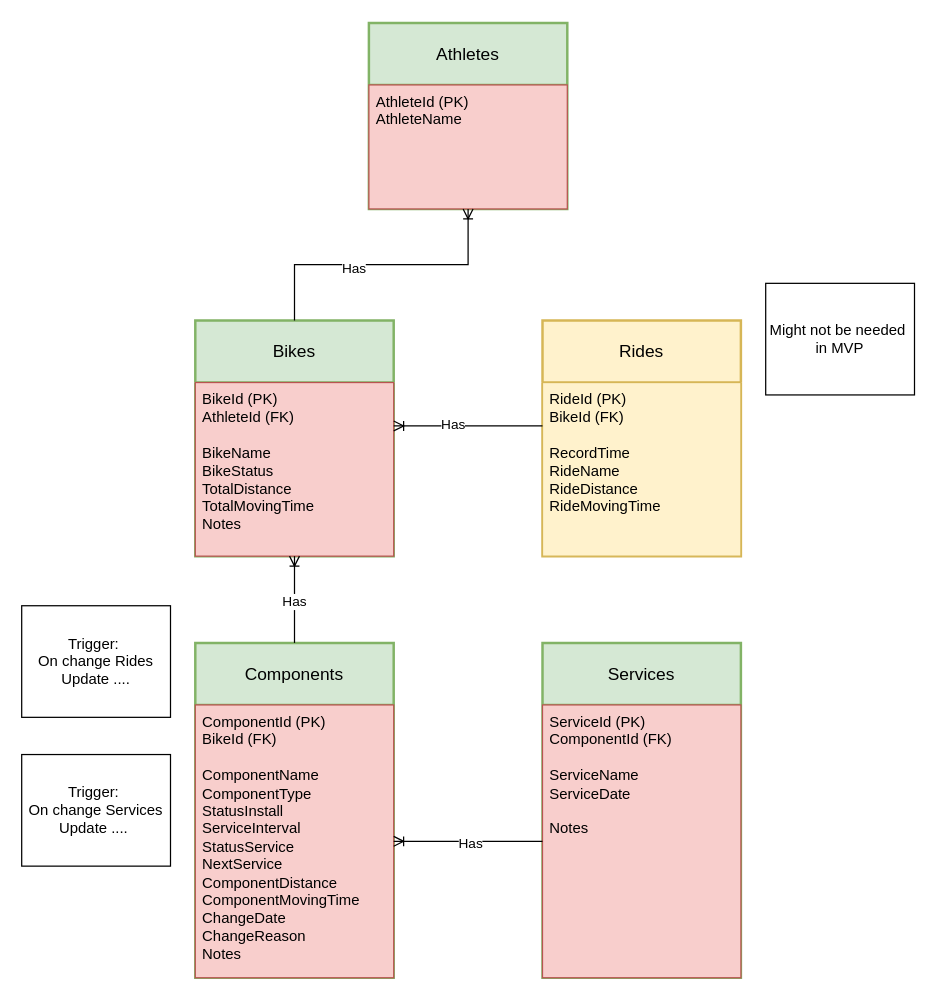
Before: docs/erd_complete.drawio in xivind/velo-supervisor-2000, a draw.io diagram. Source tidied: cells renumbered, new cells numbered last; positions are measured from the earlier drawing's top-left corner, leaving out a move shared by most shapes. Both pictures are drawn from the tidied source at 124%, with x=0, y=0 at pixel (21, 22).
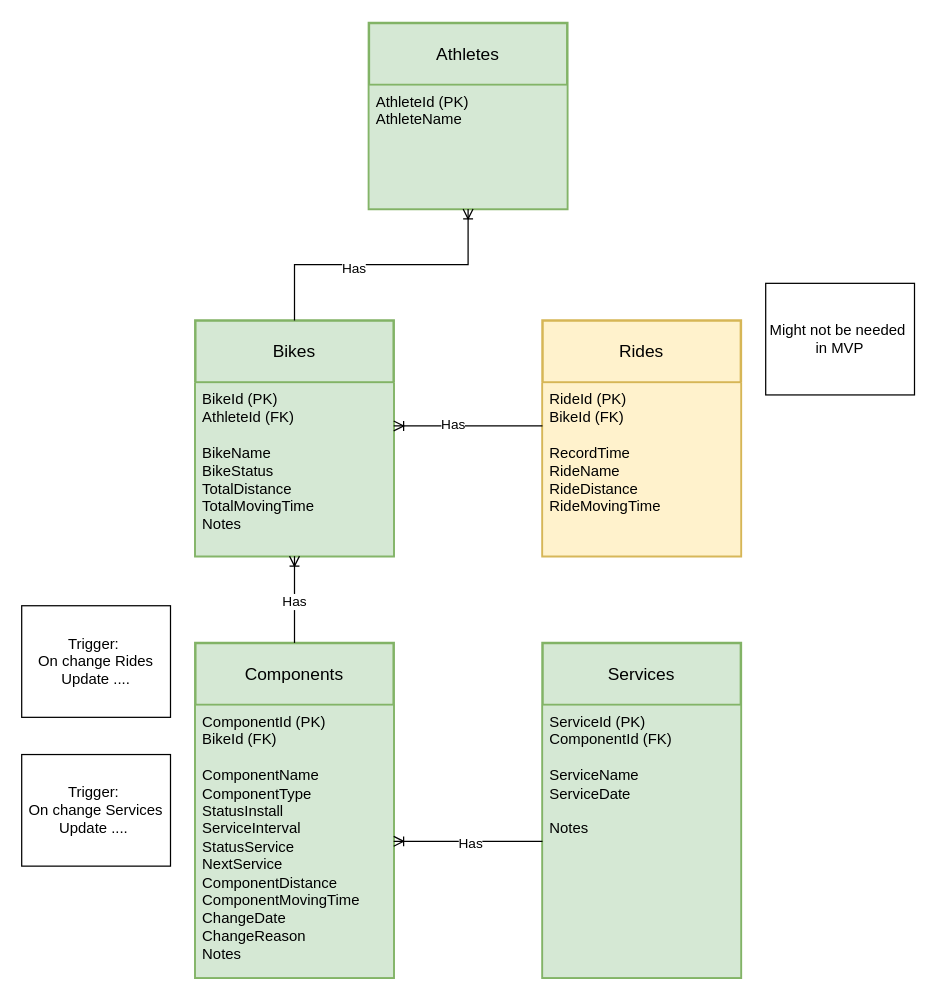
Above is the later version.

Commit message:
Updated after discussions with Thomas

The change refers to these unchanged cells:
```xml
<mxCell id="2" value="A&lt;span style=&quot;background-color: initial;&quot;&gt;thletes&lt;/span&gt;" style="swimlane;horizontal=1;startSize=50;rounded=1;fontSize=14;fontStyle=0;strokeWidth=2;shadow=0;dashed=0;align=center;arcSize=0;whiteSpace=wrap;html=1;fillColor=#d5e8d4;strokeColor=#82b366;" parent="1" vertex="1">
  <mxGeometry x="280" width="160" height="150" as="geometry" />
</mxCell>
<mxCell id="6" value="Bikes" style="swimlane;horizontal=1;startSize=50;rounded=1;fontSize=14;fontStyle=0;strokeWidth=2;shadow=0;dashed=0;align=center;arcSize=0;whiteSpace=wrap;html=1;fillColor=#d5e8d4;strokeColor=#82b366;" parent="1" vertex="1">
  <mxGeometry x="140" y="240" width="160" height="190" as="geometry" />
</mxCell>
<mxCell id="8" value="Components" style="swimlane;horizontal=1;startSize=50;rounded=1;fontSize=14;fontStyle=0;strokeWidth=2;shadow=0;dashed=0;align=center;arcSize=0;whiteSpace=wrap;html=1;fillColor=#d5e8d4;strokeColor=#82b366;" parent="1" vertex="1">
  <mxGeometry x="140" y="500" width="160" height="270" as="geometry" />
</mxCell>
<mxCell id="10" value="Services" style="swimlane;horizontal=1;startSize=50;rounded=1;fontSize=14;fontStyle=0;strokeWidth=2;shadow=0;dashed=0;align=center;arcSize=0;whiteSpace=wrap;html=1;fillColor=#d5e8d4;strokeColor=#82b366;" parent="1" vertex="1">
  <mxGeometry x="420" y="500" width="160" height="270" as="geometry" />
</mxCell>
```

What changed in the source:
```diff
@@
-    <mxCell id="3" value="&lt;div&gt;AthleteId (PK)&lt;br&gt;&lt;/div&gt;AthleteName" style="align=left;strokeColor=#b85450;fillColor=#f8cecc;spacingLeft=4;fontSize=12;verticalAlign=top;html=1;" parent="2" vertex="1">
+    <mxCell id="3" value="&lt;div&gt;AthleteId (PK)&lt;br&gt;&lt;/div&gt;AthleteName" style="align=left;strokeColor=#82b366;fillColor=#d5e8d4;spacingLeft=4;fontSize=12;verticalAlign=top;html=1;" parent="2" vertex="1">
       <mxGeometry y="50" width="160" height="100" as="geometry" />
     </mxCell>
@@
-    <mxCell id="7" value="BikeId (PK)&lt;div&gt;AthleteId (FK)&lt;/div&gt;&lt;div&gt;&lt;br&gt;&lt;/div&gt;&lt;div&gt;BikeName&lt;/div&gt;&lt;div&gt;BikeStatus&lt;br&gt;&lt;div&gt;TotalDistance&lt;/div&gt;&lt;div&gt;TotalMovingTime&lt;/div&gt;&lt;div&gt;Notes&lt;/div&gt;&lt;/div&gt;" style="align=left;strokeColor=#b85450;fillColor=#f8cecc;spacingLeft=4;fontSize=12;verticalAlign=top;html=1;" parent="6" vertex="1">
+    <mxCell id="7" value="BikeId (PK)&lt;div&gt;AthleteId (FK)&lt;/div&gt;&lt;div&gt;&lt;br&gt;&lt;/div&gt;&lt;div&gt;BikeName&lt;/div&gt;&lt;div&gt;BikeStatus&lt;br&gt;&lt;div&gt;TotalDistance&lt;/div&gt;&lt;div&gt;TotalMovingTime&lt;/div&gt;&lt;div&gt;Notes&lt;/div&gt;&lt;/div&gt;" style="align=left;strokeColor=#82b366;fillColor=#d5e8d4;spacingLeft=4;fontSize=12;verticalAlign=top;html=1;" parent="6" vertex="1">
       <mxGeometry y="50" width="160" height="140" as="geometry" />
     </mxCell>
@@
-    <mxCell id="9" value="&lt;div&gt;ComponentId (PK)&lt;/div&gt;&lt;div&gt;BikeId (FK)&lt;/div&gt;&lt;div&gt;&lt;br&gt;&lt;/div&gt;ComponentName&lt;div&gt;ComponentType&lt;/div&gt;&lt;div&gt;StatusInstall&lt;/div&gt;&lt;div&gt;ServiceInterval&lt;/div&gt;&lt;div&gt;StatusService&lt;/div&gt;&lt;div&gt;NextService&lt;/div&gt;&lt;div&gt;&lt;span style=&quot;background-color: initial;&quot;&gt;ComponentDistance&lt;/span&gt;&lt;br&gt;&lt;/div&gt;&lt;div&gt;&lt;span style=&quot;background-color: initial;&quot;&gt;ComponentMovingTime&lt;/span&gt;&lt;/div&gt;&lt;div&gt;Change&lt;span style=&quot;background-color: initial;&quot;&gt;Date&lt;/span&gt;&lt;/div&gt;&lt;div&gt;ChangeReason&lt;/div&gt;&lt;div&gt;Notes&lt;/div&gt;" style="align=left;strokeColor=#b85450;fillColor=#f8cecc;spacingLeft=4;fontSize=12;verticalAlign=top;html=1;" parent="8" vertex="1">
+    <mxCell id="9" value="&lt;div&gt;ComponentId (PK)&lt;/div&gt;&lt;div&gt;BikeId (FK)&lt;/div&gt;&lt;div&gt;&lt;br&gt;&lt;/div&gt;ComponentName&lt;div&gt;ComponentType&lt;/div&gt;&lt;div&gt;StatusInstall&lt;/div&gt;&lt;div&gt;ServiceInterval&lt;/div&gt;&lt;div&gt;StatusService&lt;/div&gt;&lt;div&gt;NextService&lt;/div&gt;&lt;div&gt;&lt;span style=&quot;background-color: initial;&quot;&gt;ComponentDistance&lt;/span&gt;&lt;br&gt;&lt;/div&gt;&lt;div&gt;&lt;span style=&quot;background-color: initial;&quot;&gt;ComponentMovingTime&lt;/span&gt;&lt;/div&gt;&lt;div&gt;Change&lt;span style=&quot;background-color: initial;&quot;&gt;Date&lt;/span&gt;&lt;/div&gt;&lt;div&gt;ChangeReason&lt;/div&gt;&lt;div&gt;Notes&lt;/div&gt;" style="align=left;strokeColor=#82b366;fillColor=#d5e8d4;spacingLeft=4;fontSize=12;verticalAlign=top;html=1;" parent="8" vertex="1">
       <mxGeometry y="50" width="160" height="220" as="geometry" />
     </mxCell>
@@
-    <mxCell id="11" value="&lt;div&gt;ServiceId (PK)&lt;/div&gt;&lt;div&gt;ComponentId (FK)&lt;/div&gt;&lt;div&gt;&lt;br&gt;&lt;/div&gt;&lt;div&gt;ServiceName&lt;/div&gt;ServiceDate&lt;div&gt;&lt;br&gt;&lt;/div&gt;&lt;div&gt;Notes&lt;/div&gt;" style="align=left;strokeColor=#b85450;fillColor=#f8cecc;spacingLeft=4;fontSize=12;verticalAlign=top;html=1;" parent="10" vertex="1">
+    <mxCell id="11" value="&lt;div&gt;ServiceId (PK)&lt;/div&gt;&lt;div&gt;ComponentId (FK)&lt;/div&gt;&lt;div&gt;&lt;br&gt;&lt;/div&gt;&lt;div&gt;ServiceName&lt;/div&gt;ServiceDate&lt;div&gt;&lt;br&gt;&lt;/div&gt;&lt;div&gt;Notes&lt;/div&gt;" style="align=left;strokeColor=#82b366;fillColor=#d5e8d4;spacingLeft=4;fontSize=12;verticalAlign=top;html=1;" parent="10" vertex="1">
       <mxGeometry y="50" width="160" height="220" as="geometry" />
     </mxCell>
```
